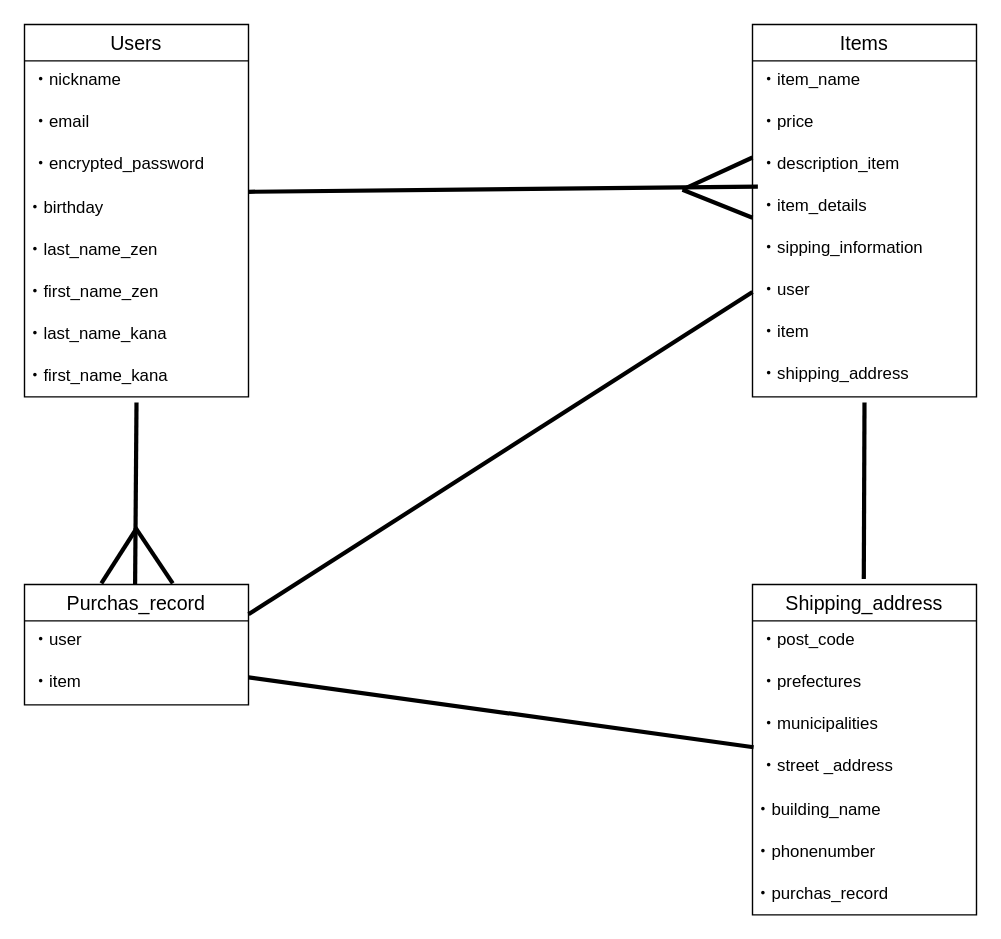
Above: furima-40418.dio in Ryo390/furima-40148 (draw.io), before the change. Source tidied: cells renumbered, new cells numbered last; positions are measured from the earlier drawing's top-left corner, leaving out a move shared by most shapes. Both pictures are drawn from the tidied source at 140%, with x=0, y=0 at pixel (24, 24).
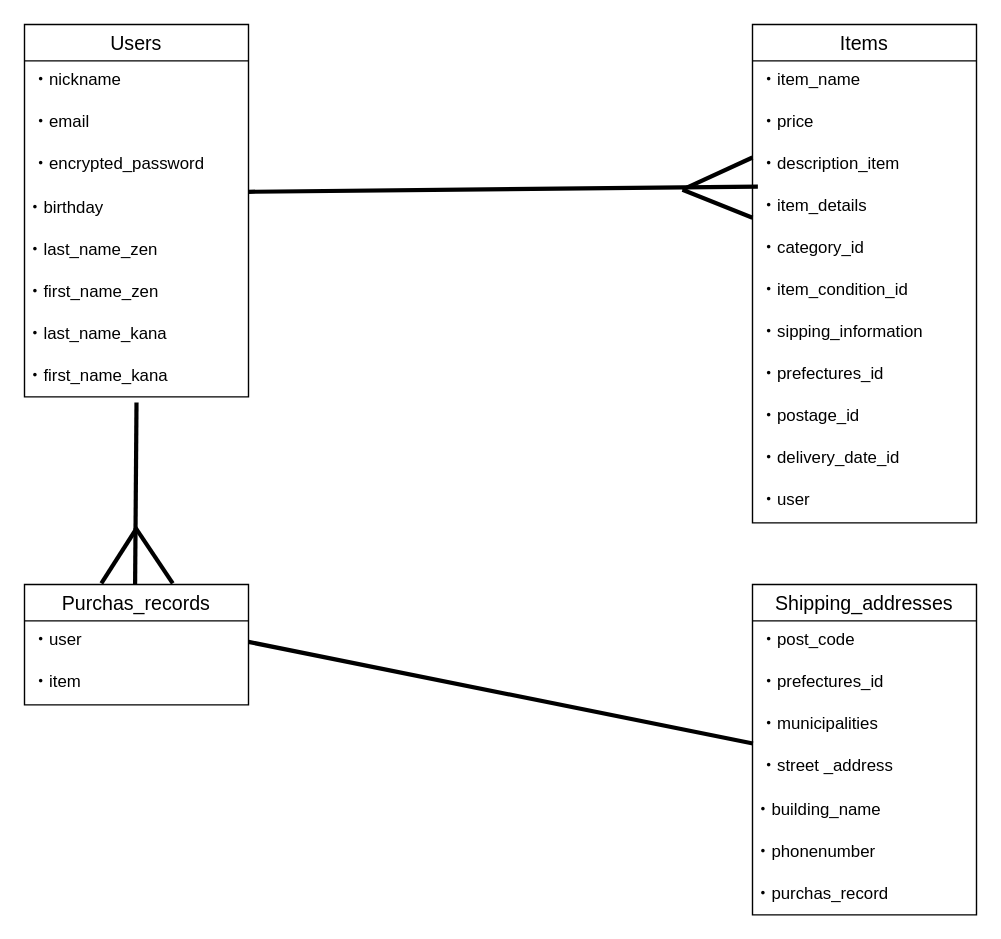
The same page after the edit.

Commit message (it also covers changes not shown here):
ER図・README修正4

Unchanged cells that the change refers to:
```xml
<mxCell id="12" value="・user" style="text;strokeColor=none;fillColor=none;spacingLeft=4;spacingRight=4;overflow=hidden;points=[[0,0.5],[1,0.5]];portConstraint=eastwest;fontSize=12;" parent="11" vertex="1">
  <mxGeometry y="26" width="160" height="30" as="geometry" />
</mxCell>
<mxCell id="26" value="・municipalities" style="text;strokeColor=none;fillColor=none;spacingLeft=4;spacingRight=4;overflow=hidden;points=[[0,0.5],[1,0.5]];portConstraint=eastwest;fontSize=12;" parent="23" vertex="1">
  <mxGeometry y="86" width="160" height="30" as="geometry" />
</mxCell>
<mxCell id="27" value="・street _address" style="text;strokeColor=none;fillColor=none;spacingLeft=4;spacingRight=4;overflow=hidden;points=[[0,0.5],[1,0.5]];portConstraint=eastwest;fontSize=12;" parent="23" vertex="1">
  <mxGeometry y="116" width="160" height="30" as="geometry" />
</mxCell>
```

What changed in the source:
```diff
@@
-    <mxCell id="11" value="Purchas_record" style="swimlane;fontStyle=0;horizontal=1;startSize=26;align=center;fontSize=14;" parent="1" vertex="1">
+    <mxCell id="11" value="Purchas_records" style="swimlane;fontStyle=0;horizontal=1;startSize=26;align=center;fontSize=14;" parent="1" vertex="1">
       <mxGeometry y="400" width="160" height="86" as="geometry" />
     </mxCell>
@@
     <mxCell id="14" value="Items" style="swimlane;fontStyle=0;horizontal=1;startSize=26;align=center;fontSize=14;" parent="1" vertex="1">
-      <mxGeometry x="520" width="160" height="266" as="geometry" />
+      <mxGeometry x="520" width="160" height="356" as="geometry" />
     </mxCell>
@@
+    <mxCell id="44" value="・category_id" style="text;strokeColor=none;fillColor=none;spacingLeft=4;spacingRight=4;overflow=hidden;fontSize=12;" parent="14" vertex="1">
+      <mxGeometry y="146" width="160" height="30" as="geometry" />
+    </mxCell>
+    <mxCell id="45" value="・item_condition_id" style="text;strokeColor=none;fillColor=none;spacingLeft=4;spacingRight=4;overflow=hidden;fontSize=12;" parent="14" vertex="1">
+      <mxGeometry y="176" width="160" height="30" as="geometry" />
+    </mxCell>
     <mxCell id="19" value="・sipping_information" style="text;strokeColor=none;fillColor=none;spacingLeft=4;spacingRight=4;overflow=hidden;fontSize=12;" parent="14" vertex="1">
-      <mxGeometry y="146" width="160" height="30" as="geometry" />
+      <mxGeometry y="206" width="160" height="30" as="geometry" />
     </mxCell>
-    <mxCell id="20" value="・user&#10;" style="text;strokeColor=none;fillColor=none;spacingLeft=4;spacingRight=4;overflow=hidden;fontSize=12;" parent="14" vertex="1">
-      <mxGeometry y="176" width="160" height="30" as="geometry" />
-    </mxCell>
+    <mxCell id="46" value="・prefectures_id" style="text;strokeColor=none;fillColor=none;spacingLeft=4;spacingRight=4;overflow=hidden;fontSize=12;" parent="14" vertex="1">
+      <mxGeometry y="236" width="160" height="30" as="geometry" />
+    </mxCell>
-    <mxCell id="21" value="・item" style="text;strokeColor=none;fillColor=none;spacingLeft=4;spacingRight=4;overflow=hidden;fontSize=12;" parent="14" vertex="1">
-      <mxGeometry y="206" width="160" height="30" as="geometry" />
+    <mxCell id="21" value="・postage_id" style="text;strokeColor=none;fillColor=none;spacingLeft=4;spacingRight=4;overflow=hidden;fontSize=12;" parent="14" vertex="1">
+      <mxGeometry y="266" width="160" height="30" as="geometry" />
     </mxCell>
-    <mxCell id="22" value="・shipping_address" style="text;strokeColor=none;fillColor=none;spacingLeft=4;spacingRight=4;overflow=hidden;fontSize=12;" parent="14" vertex="1">
-      <mxGeometry y="236" width="160" height="30" as="geometry" />
+    <mxCell id="22" value="・delivery_date_id" style="text;strokeColor=none;fillColor=none;spacingLeft=4;spacingRight=4;overflow=hidden;fontSize=12;" parent="14" vertex="1">
+      <mxGeometry y="296" width="160" height="30" as="geometry" />
     </mxCell>
+    <mxCell id="20" value="・user&#10;" style="text;strokeColor=none;fillColor=none;spacingLeft=4;spacingRight=4;overflow=hidden;fontSize=12;" parent="14" vertex="1">
+      <mxGeometry y="326" width="160" height="30" as="geometry" />
+    </mxCell>
-    <mxCell id="23" value="Shipping_address" style="swimlane;fontStyle=0;horizontal=1;startSize=26;align=center;fontSize=14;" parent="1" vertex="1">
+    <mxCell id="23" value="Shipping_addresses" style="swimlane;fontStyle=0;horizontal=1;startSize=26;align=center;fontSize=14;" parent="1" vertex="1">
       <mxGeometry x="520" y="400" width="160" height="236" as="geometry" />
     </mxCell>
@@
-    <mxCell id="25" value="・prefectures" style="text;strokeColor=none;fillColor=none;spacingLeft=4;spacingRight=4;overflow=hidden;fontSize=12;" parent="23" vertex="1">
+    <mxCell id="25" value="・prefectures_id" style="text;strokeColor=none;fillColor=none;spacingLeft=4;spacingRight=4;overflow=hidden;fontSize=12;" parent="23" vertex="1">
       <mxGeometry y="56" width="160" height="30" as="geometry" />
     </mxCell>
@@
-    <mxCell id="36" style="endArrow=none;html=1;rounded=0;strokeColor=default;strokeWidth=3;entryX=0;entryY=0.5;entryDx=0;entryDy=0;" parent="1" edge="1">
-      <mxGeometry relative="1" as="geometry">
-        <mxPoint x="160" y="421.3" as="sourcePoint" />
-        <mxPoint x="520" y="191" as="targetPoint" />
-      </mxGeometry>
+    <mxCell id="36" style="endArrow=none;html=1;rounded=0;strokeColor=default;strokeWidth=3;entryX=0.002;entryY=0.919;entryDx=0;entryDy=0;entryPerimeter=0;exitX=1;exitY=0.5;exitDx=0;exitDy=0;" parent="1" edge="1" source="12" target="26">
+      <mxGeometry relative="1" as="geometry" />
     </mxCell>
@@
-    <mxCell id="42" style="endArrow=none;html=1;rounded=0;strokeColor=default;strokeWidth=3;" parent="1" edge="1">
-      <mxGeometry relative="1" as="geometry">
-        <mxPoint x="599.5" y="396" as="sourcePoint" />
-        <mxPoint x="600" y="270" as="targetPoint" />
-      </mxGeometry>
-    </mxCell>
-    <mxCell id="43" style="endArrow=none;html=1;rounded=0;strokeColor=default;strokeWidth=3;entryX=0.005;entryY=0.008;entryDx=0;entryDy=0;entryPerimeter=0;" parent="1" edge="1" target="27">
-      <mxGeometry relative="1" as="geometry">
-        <mxPoint x="160" y="466.3" as="sourcePoint" />
-      </mxGeometry>
-    </mxCell>
```
